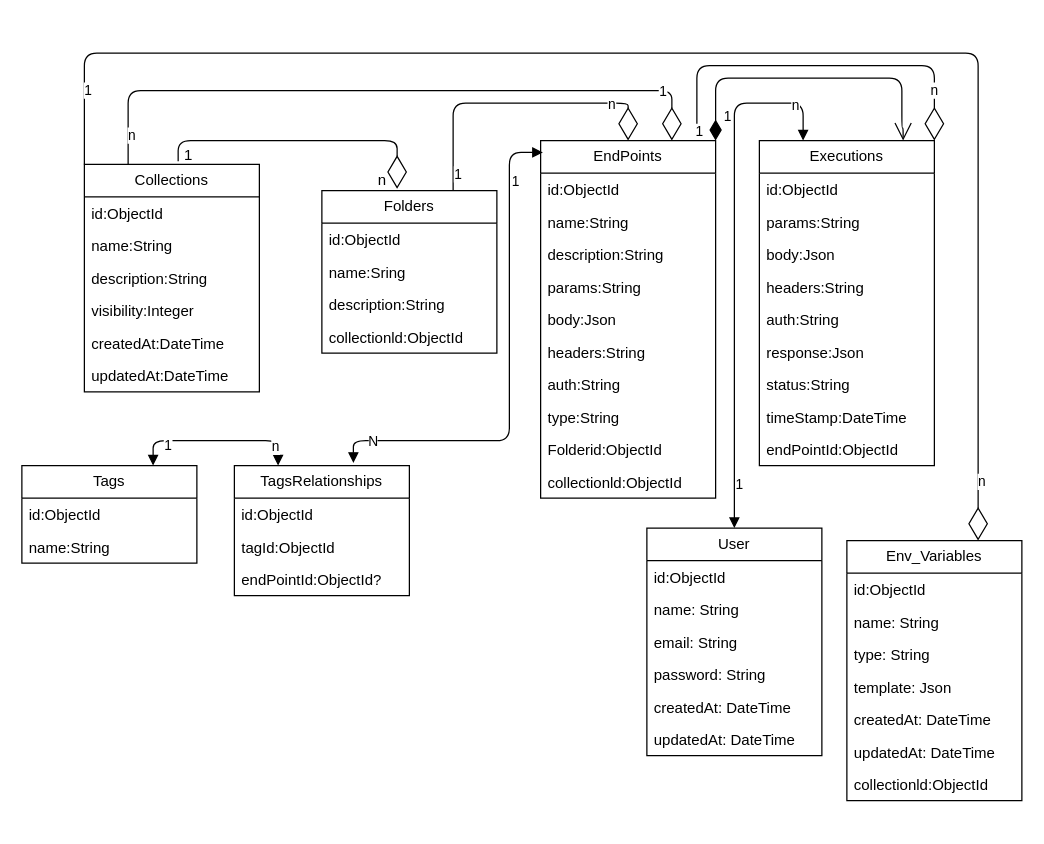
Before: docs/NoAM.drawio in FatecFranca/DSM-P3-G07-2025-1, a draw.io diagram. Source tidied: cells renumbered, new cells numbered last; positions are measured from the earlier drawing's top-left corner, leaving out a move shared by most shapes. Both pictures are drawn from the tidied source at 125%, with x=0, y=0 at pixel (21, 52).
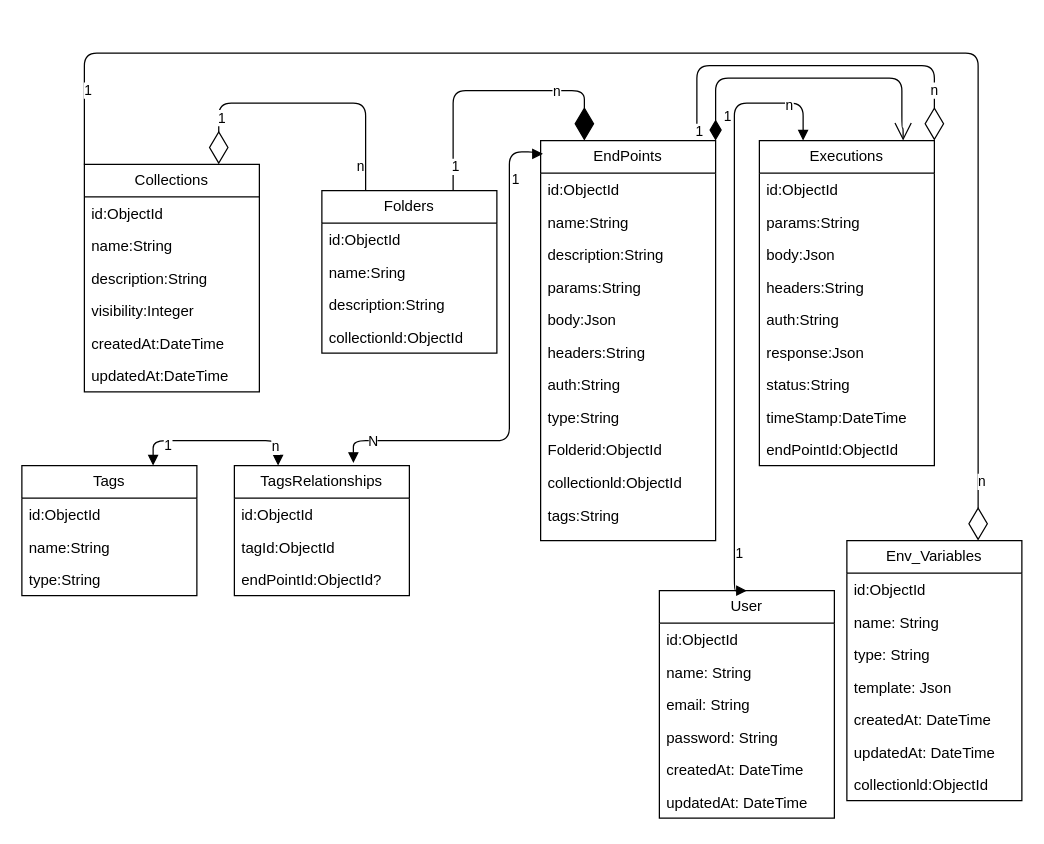
The same diagram, later.

Commit message:
🗃️ raw: correction of table relationships

The change refers to these unchanged cells:
```xml
<mxCell id="2" value="Folders" style="swimlane;fontStyle=0;horizontal=1;startSize=26;fillColor=none;whiteSpace=wrap;html=1;" parent="1" vertex="1">
  <mxGeometry x="240" y="110" width="140" height="130" as="geometry" />
</mxCell>
<mxCell id="31" value="TagsRelationships" style="swimlane;fontStyle=0;horizontal=1;startSize=26;fillColor=none;whiteSpace=wrap;html=1;" parent="1" vertex="1">
  <mxGeometry x="170" y="330" width="140" height="104" as="geometry" />
</mxCell>
<mxCell id="50" value="Collections" style="swimlane;fontStyle=0;horizontal=1;startSize=26;fillColor=none;whiteSpace=wrap;html=1;" parent="1" vertex="1">
  <mxGeometry x="50" y="89" width="140" height="182" as="geometry" />
</mxCell>
```

What changed in the source:
```diff
@@
     <mxCell id="7" value="EndPoints" style="swimlane;fontStyle=0;horizontal=1;startSize=26;fillColor=none;whiteSpace=wrap;html=1;" parent="1" vertex="1">
-      <mxGeometry x="415" y="70" width="140" height="286" as="geometry" />
+      <mxGeometry x="415" y="70" width="140" height="320" as="geometry" />
     </mxCell>
@@
     <mxCell id="17" value="&lt;span style=&quot;color: rgb(0, 0, 0);&quot;&gt;collectionld:ObjectId&lt;/span&gt;" style="text;strokeColor=none;fillColor=none;align=left;verticalAlign=top;spacingLeft=4;spacingRight=4;overflow=hidden;whiteSpace=wrap;html=1;" parent="7" vertex="1">
-      <mxGeometry y="260" width="140" height="26" as="geometry" />
+      <mxGeometry y="260" width="140" height="60" as="geometry" />
     </mxCell>
@@
     <mxCell id="28" value="Tags" style="swimlane;fontStyle=0;horizontal=1;startSize=26;fillColor=none;whiteSpace=wrap;html=1;" parent="1" vertex="1">
-      <mxGeometry y="330" width="140" height="78" as="geometry" />
+      <mxGeometry y="330" width="140" height="104" as="geometry" />
     </mxCell>
@@
+    <mxCell id="81" value="&lt;span style=&quot;color: rgb(0, 0, 0);&quot;&gt;name:String&lt;/span&gt;" style="text;strokeColor=none;fillColor=none;align=left;verticalAlign=top;spacingLeft=4;spacingRight=4;overflow=hidden;whiteSpace=wrap;html=1;" parent="28" vertex="1">
+      <mxGeometry y="52" width="140" height="26" as="geometry" />
+    </mxCell>
-    <mxCell id="30" value="&lt;span style=&quot;color: rgb(0, 0, 0);&quot;&gt;name:String&lt;/span&gt;" style="text;strokeColor=none;fillColor=none;align=left;verticalAlign=top;spacingLeft=4;spacingRight=4;overflow=hidden;whiteSpace=wrap;html=1;" parent="28" vertex="1">
-      <mxGeometry y="52" width="140" height="26" as="geometry" />
+    <mxCell id="30" value="&lt;span style=&quot;color: rgb(0, 0, 0);&quot;&gt;type:String&lt;/span&gt;" style="text;strokeColor=none;fillColor=none;align=left;verticalAlign=top;spacingLeft=4;spacingRight=4;overflow=hidden;whiteSpace=wrap;html=1;" parent="28" vertex="1">
+      <mxGeometry y="78" width="140" height="26" as="geometry" />
     </mxCell>
@@
     <mxCell id="35" value="User" style="swimlane;fontStyle=0;horizontal=1;startSize=26;fillColor=none;whiteSpace=wrap;html=1;" parent="1" vertex="1">
-      <mxGeometry x="500" y="380" width="140" height="182" as="geometry" />
+      <mxGeometry x="510" y="430" width="140" height="182" as="geometry" />
     </mxCell>
@@
-    <mxCell id="57" style="endArrow=diamondThin;endFill=0;endSize=24;html=1;edgeStyle=orthogonalEdgeStyle;exitX=0.536;exitY=-0.014;exitDx=0;exitDy=0;exitPerimeter=0;entryX=0.43;entryY=-0.011;entryDx=0;entryDy=0;entryPerimeter=0;" parent="1" edge="1" source="50" target="2">
-      <mxGeometry relative="1" as="geometry">
-        <Array as="points">
-          <mxPoint x="125" y="70" />
-          <mxPoint x="300" y="70" />
-        </Array>
-      </mxGeometry>
-    </mxCell>
-    <mxCell id="58" style="endArrow=diamondThin;endFill=0;endSize=24;html=1;edgeStyle=orthogonalEdgeStyle;entryX=0.5;entryY=0;entryDx=0;entryDy=0;exitX=0.75;exitY=0;exitDx=0;exitDy=0;" parent="1" edge="1" source="2" target="7">
-      <mxGeometry relative="1" as="geometry">
-        <Array as="points">
-          <mxPoint x="345" y="40" />
-          <mxPoint x="485" y="40" />
-        </Array>
-      </mxGeometry>
-    </mxCell>
-    <mxCell id="59" value="1" style="edgeLabel;html=1;align=center;verticalAlign=middle;" parent="58" vertex="1">
-      <mxGeometry x="-0.88" y="-3" relative="1" as="geometry" />
-    </mxCell>
-    <mxCell id="60" value="n" style="edgeLabel;html=1;align=center;verticalAlign=middle;" parent="58" vertex="1">
-      <mxGeometry x="0.63" relative="1" as="geometry" />
-    </mxCell>
@@
-    <mxCell id="62" style="endArrow=diamondThin;endFill=0;endSize=24;html=1;edgeStyle=elbowEdgeStyle;exitX=0.25;exitY=0;exitDx=0;exitDy=0;entryX=0.75;entryY=0;entryDx=0;entryDy=0;" parent="1" edge="1" source="50" target="7">
-      <mxGeometry relative="1" as="geometry">
-        <Array as="points">
-          <mxPoint x="300" y="30" />
-        </Array>
-      </mxGeometry>
-    </mxCell>
-    <mxCell id="63" value="n" style="edgeLabel;html=1;align=center;verticalAlign=middle;" parent="62" vertex="1">
-      <mxGeometry x="-0.91" y="-2" relative="1" as="geometry" />
-    </mxCell>
-    <mxCell id="64" value="1" style="edgeLabel;html=1;align=center;verticalAlign=middle;" parent="62" vertex="1">
-      <mxGeometry x="0.82" relative="1" as="geometry" />
-    </mxCell>
@@
-    <mxCell id="76" value="1" style="text;html=1;align=center;verticalAlign=middle;strokeColor=none;fillColor=none;" parent="1" vertex="1">
-      <mxGeometry x="118" y="67" width="30" height="30" as="geometry" />
-    </mxCell>
-    <mxCell id="77" value="n" style="text;html=1;align=center;verticalAlign=middle;strokeColor=none;fillColor=none;" parent="1" vertex="1">
-      <mxGeometry x="273" y="87" width="30" height="30" as="geometry" />
-    </mxCell>
     <mxCell id="78" style="endArrow=block;startArrow=block;endFill=1;startFill=1;html=1;entryX=0.013;entryY=0.033;entryDx=0;entryDy=0;entryPerimeter=0;edgeStyle=orthogonalEdgeStyle;exitX=0.68;exitY=-0.021;exitDx=0;exitDy=0;exitPerimeter=0;" parent="1" edge="1" source="31" target="7">
       <mxGeometry relative="1" as="geometry">
         <Array as="points">
           <mxPoint x="265" y="310" />
           <mxPoint x="390" y="310" />
           <mxPoint x="390" y="79" />
+          <mxPoint x="410" y="79" />
+          <mxPoint x="410" y="81" />
         </Array>
       </mxGeometry>
     </mxCell>
@@
+    <mxCell id="82" value="tags:String" style="text;strokeColor=none;fillColor=none;align=left;verticalAlign=top;spacingLeft=4;spacingRight=4;overflow=hidden;whiteSpace=wrap;html=1;" parent="1" vertex="1">
+      <mxGeometry x="415" y="357" width="140" height="26" as="geometry" />
+    </mxCell>
+    <mxCell id="83" style="endArrow=diamondThin;endFill=0;endSize=24;html=1;edgeStyle=orthogonalEdgeStyle;entryX=0.43;entryY=-0.011;entryDx=0;entryDy=0;entryPerimeter=0;exitX=0.25;exitY=0;exitDx=0;exitDy=0;" parent="1" edge="1" source="2">
+      <mxGeometry relative="1" as="geometry">
+        <mxPoint x="157.5" y="89" as="targetPoint" />
+        <Array as="points">
+          <mxPoint x="275" y="40" />
+          <mxPoint x="157" y="40" />
+        </Array>
+      </mxGeometry>
+    </mxCell>
+    <mxCell id="84" value="n" style="edgeLabel;html=1;align=center;verticalAlign=middle;" parent="83" vertex="1">
+      <mxGeometry x="-0.57" y="-1" relative="1" as="geometry">
+        <mxPoint x="-6" y="31" as="offset" />
+      </mxGeometry>
+    </mxCell>
+    <mxCell id="85" value="1" style="edgeLabel;html=1;align=center;verticalAlign=middle;" parent="83" vertex="1">
+      <mxGeometry x="0.68" y="1" relative="1" as="geometry">
+        <mxPoint x="1" as="offset" />
+      </mxGeometry>
+    </mxCell>
+    <mxCell id="58" style="endArrow=diamondThin;endFill=1;endSize=24;html=1;exitX=0.75;exitY=0;exitDx=0;exitDy=0;edgeStyle=orthogonalEdgeStyle;entryX=0.25;entryY=0;entryDx=0;entryDy=0;" parent="1" edge="1" source="2" target="7">
+      <mxGeometry relative="1" as="geometry">
+        <Array as="points">
+          <mxPoint x="345" y="30" />
+          <mxPoint x="450" y="30" />
+        </Array>
+      </mxGeometry>
+    </mxCell>
+    <mxCell id="86" value="1" style="edgeLabel;html=1;align=center;verticalAlign=middle;" parent="58" vertex="1">
+      <mxGeometry x="-0.82" y="-1" relative="1" as="geometry" />
+    </mxCell>
+    <mxCell id="87" value="n" style="edgeLabel;html=1;align=center;verticalAlign=middle;" parent="58" vertex="1">
+      <mxGeometry x="0.44" relative="1" as="geometry" />
+    </mxCell>
```
